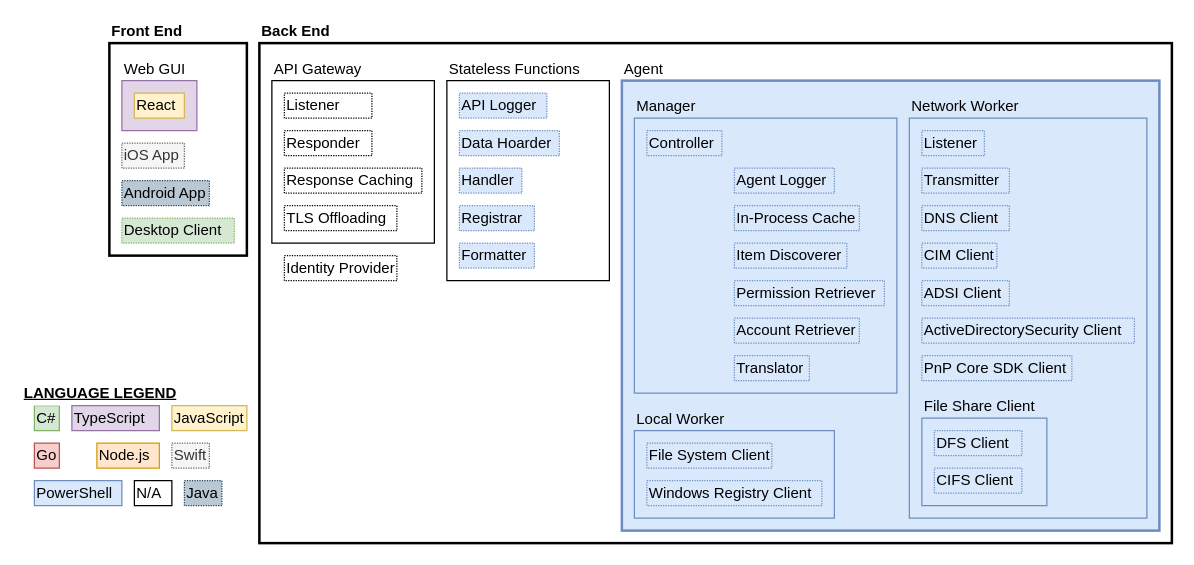
Above: src/img/FunctionalBlockDiagram_v2.drawio in IMJLA/Export-Permission (draw.io), before the change. Source tidied: cells renumbered, new cells numbered last; positions are measured from the earlier drawing's top-left corner, leaving out a move shared by most shapes. Both pictures are drawn from the tidied source at 125%, with x=0, y=0 at pixel (21, 42).
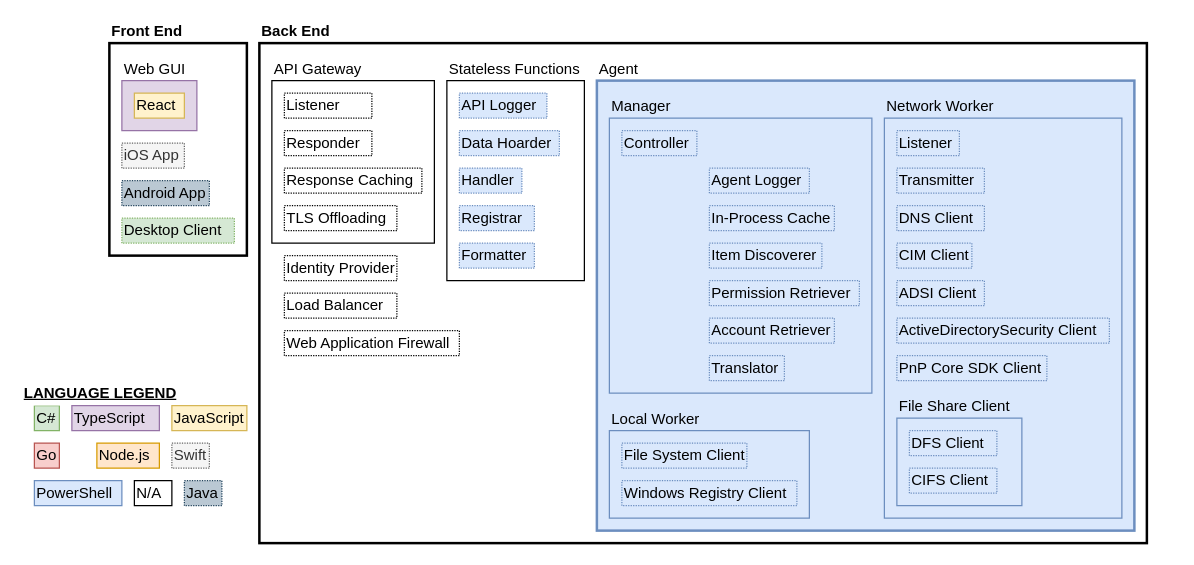
The same page after the edit.

The edit, as a diff of the source:
```diff
@@
     <mxCell id="3" value="Back End" style="rounded=0;whiteSpace=wrap;html=1;align=left;labelPosition=center;verticalLabelPosition=top;verticalAlign=bottom;strokeWidth=2;fontStyle=1;" parent="1" vertex="1">
-      <mxGeometry x="190" width="730" height="400" as="geometry" />
+      <mxGeometry x="190" width="710" height="400" as="geometry" />
     </mxCell>
@@
     <mxCell id="25" value="Stateless Functions" style="rounded=0;whiteSpace=wrap;html=1;align=left;labelPosition=center;verticalLabelPosition=top;verticalAlign=bottom;" parent="1" vertex="1">
-      <mxGeometry x="340" y="30" width="130" height="160" as="geometry" />
+      <mxGeometry x="340" y="30" width="110" height="160" as="geometry" />
     </mxCell>
@@
     <mxCell id="31" value="Agent" style="rounded=0;whiteSpace=wrap;html=1;align=left;labelPosition=center;verticalLabelPosition=top;verticalAlign=bottom;strokeWidth=2;fontStyle=0;fillColor=#dae8fc;strokeColor=#6c8ebf;" parent="1" vertex="1">
-      <mxGeometry x="480" y="30" width="430" height="360" as="geometry" />
+      <mxGeometry x="460" y="30" width="430" height="360" as="geometry" />
     </mxCell>
     <mxCell id="32" value="Manager" style="rounded=0;whiteSpace=wrap;html=1;align=left;labelPosition=center;verticalLabelPosition=top;verticalAlign=bottom;strokeWidth=1;fillColor=#dae8fc;strokeColor=#6c8ebf;" parent="1" vertex="1">
-      <mxGeometry x="490" y="60" width="210" height="220" as="geometry" />
+      <mxGeometry x="470" y="60" width="210" height="220" as="geometry" />
     </mxCell>
     <mxCell id="33" value="Network Worker" style="rounded=0;whiteSpace=wrap;html=1;align=left;labelPosition=center;verticalLabelPosition=top;verticalAlign=bottom;fillColor=#dae8fc;strokeColor=#6c8ebf;" parent="1" vertex="1">
-      <mxGeometry x="710" y="60" width="190" height="320" as="geometry" />
+      <mxGeometry x="690" y="60" width="190" height="320" as="geometry" />
     </mxCell>
     <mxCell id="34" value="PnP Core SDK&amp;nbsp;&lt;span style=&quot;background-color: transparent; color: light-dark(rgb(0, 0, 0), rgb(255, 255, 255));&quot;&gt;Client&lt;/span&gt;" style="rounded=0;whiteSpace=wrap;html=1;align=left;dashed=1;dashPattern=1 1;fillColor=#dae8fc;strokeColor=#6c8ebf;" parent="1" vertex="1">
-      <mxGeometry x="720" y="250" width="120" height="20" as="geometry" />
+      <mxGeometry x="700" y="250" width="120" height="20" as="geometry" />
     </mxCell>
     <mxCell id="35" value="CIM&amp;nbsp;&lt;span style=&quot;background-color: transparent; color: light-dark(rgb(0, 0, 0), rgb(255, 255, 255));&quot;&gt;Client&lt;/span&gt;" style="rounded=0;whiteSpace=wrap;html=1;align=left;dashed=1;dashPattern=1 1;fillColor=#dae8fc;strokeColor=#6c8ebf;" parent="1" vertex="1">
-      <mxGeometry x="720" y="160" width="60" height="20" as="geometry" />
+      <mxGeometry x="700" y="160" width="60" height="20" as="geometry" />
     </mxCell>
     <mxCell id="36" value="ADSI&amp;nbsp;&lt;span style=&quot;background-color: transparent; color: light-dark(rgb(0, 0, 0), rgb(255, 255, 255));&quot;&gt;Client&lt;/span&gt;" style="rounded=0;whiteSpace=wrap;html=1;align=left;dashed=1;dashPattern=1 1;fillColor=#dae8fc;strokeColor=#6c8ebf;" parent="1" vertex="1">
-      <mxGeometry x="720" y="190" width="70" height="20" as="geometry" />
+      <mxGeometry x="700" y="190" width="70" height="20" as="geometry" />
     </mxCell>
     <mxCell id="37" value="ActiveDirectorySecurity Client" style="rounded=0;whiteSpace=wrap;html=1;align=left;fontStyle=0;dashed=1;dashPattern=1 1;fillColor=#dae8fc;strokeColor=#6c8ebf;" parent="1" vertex="1">
-      <mxGeometry x="720" y="220" width="170" height="20" as="geometry" />
+      <mxGeometry x="700" y="220" width="170" height="20" as="geometry" />
     </mxCell>
     <mxCell id="38" value="Agent Logger" style="rounded=0;whiteSpace=wrap;html=1;align=left;dashed=1;dashPattern=1 1;fillColor=#dae8fc;strokeColor=#6c8ebf;" parent="1" vertex="1">
-      <mxGeometry x="570" y="100" width="80" height="20" as="geometry" />
+      <mxGeometry x="550" y="100" width="80" height="20" as="geometry" />
     </mxCell>
     <mxCell id="39" value="DNS Client" style="rounded=0;whiteSpace=wrap;html=1;align=left;dashed=1;dashPattern=1 1;fillColor=#dae8fc;strokeColor=#6c8ebf;" parent="1" vertex="1">
-      <mxGeometry x="720" y="130" width="70" height="20" as="geometry" />
+      <mxGeometry x="700" y="130" width="70" height="20" as="geometry" />
     </mxCell>
     <mxCell id="40" value="Permission Retriever" style="rounded=0;whiteSpace=wrap;html=1;align=left;dashed=1;dashPattern=1 1;fillColor=#dae8fc;strokeColor=#6c8ebf;" parent="1" vertex="1">
-      <mxGeometry x="570" y="190" width="120" height="20" as="geometry" />
+      <mxGeometry x="550" y="190" width="120" height="20" as="geometry" />
     </mxCell>
     <mxCell id="41" value="Account Retriever" style="rounded=0;whiteSpace=wrap;html=1;align=left;dashed=1;dashPattern=1 1;fillColor=#dae8fc;strokeColor=#6c8ebf;" parent="1" vertex="1">
-      <mxGeometry x="570" y="220" width="100" height="20" as="geometry" />
+      <mxGeometry x="550" y="220" width="100" height="20" as="geometry" />
     </mxCell>
     <mxCell id="42" value="Item Discoverer" style="rounded=0;whiteSpace=wrap;html=1;align=left;dashed=1;dashPattern=1 1;fillColor=#dae8fc;strokeColor=#6c8ebf;" parent="1" vertex="1">
-      <mxGeometry x="570" y="160" width="90" height="20" as="geometry" />
+      <mxGeometry x="550" y="160" width="90" height="20" as="geometry" />
     </mxCell>
     <mxCell id="43" value="Local Worker" style="rounded=0;whiteSpace=wrap;html=1;align=left;labelPosition=center;verticalLabelPosition=top;verticalAlign=bottom;fillColor=#dae8fc;strokeColor=#6c8ebf;" parent="1" vertex="1">
-      <mxGeometry x="490" y="310" width="160" height="70" as="geometry" />
+      <mxGeometry x="470" y="310" width="160" height="70" as="geometry" />
     </mxCell>
     <mxCell id="44" value="File System Client" style="rounded=0;whiteSpace=wrap;html=1;align=left;dashed=1;dashPattern=1 1;fillColor=#dae8fc;strokeColor=#6c8ebf;" parent="1" vertex="1">
-      <mxGeometry x="500" y="320" width="100" height="20" as="geometry" />
+      <mxGeometry x="480" y="320" width="100" height="20" as="geometry" />
     </mxCell>
     <mxCell id="45" value="Windows Registry Client" style="rounded=0;whiteSpace=wrap;html=1;align=left;fontStyle=0;dashed=1;dashPattern=1 1;fillColor=#dae8fc;strokeColor=#6c8ebf;" parent="1" vertex="1">
-      <mxGeometry x="500" y="350" width="140" height="20" as="geometry" />
+      <mxGeometry x="480" y="350" width="140" height="20" as="geometry" />
     </mxCell>
     <mxCell id="46" value="In-Process Cache" style="rounded=0;whiteSpace=wrap;html=1;align=left;dashed=1;dashPattern=1 1;fillColor=#dae8fc;strokeColor=#6c8ebf;" parent="1" vertex="1">
-      <mxGeometry x="570" y="130" width="100" height="20" as="geometry" />
+      <mxGeometry x="550" y="130" width="100" height="20" as="geometry" />
     </mxCell>
     <mxCell id="47" value="Translator" style="rounded=0;whiteSpace=wrap;html=1;align=left;dashed=1;dashPattern=1 1;fillColor=#dae8fc;strokeColor=#6c8ebf;" parent="1" vertex="1">
-      <mxGeometry x="570" y="250" width="60" height="20" as="geometry" />
+      <mxGeometry x="550" y="250" width="60" height="20" as="geometry" />
     </mxCell>
     <mxCell id="48" value="Controller" style="rounded=0;whiteSpace=wrap;html=1;align=left;dashed=1;dashPattern=1 1;fillColor=#dae8fc;strokeColor=#6c8ebf;" parent="1" vertex="1">
-      <mxGeometry x="500" y="70" width="60" height="20" as="geometry" />
+      <mxGeometry x="480" y="70" width="60" height="20" as="geometry" />
     </mxCell>
     <mxCell id="49" value="Listener" style="rounded=0;whiteSpace=wrap;html=1;align=left;dashed=1;dashPattern=1 1;fillColor=#dae8fc;strokeColor=#6c8ebf;" parent="1" vertex="1">
-      <mxGeometry x="720" y="70" width="50" height="20" as="geometry" />
+      <mxGeometry x="700" y="70" width="50" height="20" as="geometry" />
     </mxCell>
     <mxCell id="50" value="Transmitter" style="rounded=0;whiteSpace=wrap;html=1;align=left;dashed=1;dashPattern=1 1;fillColor=#dae8fc;strokeColor=#6c8ebf;" parent="1" vertex="1">
-      <mxGeometry x="720" y="100" width="70" height="20" as="geometry" />
+      <mxGeometry x="700" y="100" width="70" height="20" as="geometry" />
     </mxCell>
     <mxCell id="51" value="File Share Client" style="rounded=0;whiteSpace=wrap;html=1;align=left;labelPosition=center;verticalLabelPosition=top;verticalAlign=bottom;fillColor=#dae8fc;strokeColor=#6c8ebf;" parent="1" vertex="1">
-      <mxGeometry x="720" y="300" width="100" height="70" as="geometry" />
+      <mxGeometry x="700" y="300" width="100" height="70" as="geometry" />
     </mxCell>
     <mxCell id="52" value="CIFS Client" style="rounded=0;whiteSpace=wrap;html=1;align=left;dashed=1;dashPattern=1 1;fillColor=#dae8fc;strokeColor=#6c8ebf;" parent="1" vertex="1">
-      <mxGeometry x="730" y="340" width="70" height="20" as="geometry" />
+      <mxGeometry x="710" y="340" width="70" height="20" as="geometry" />
     </mxCell>
     <mxCell id="53" value="DFS Client" style="rounded=0;whiteSpace=wrap;html=1;align=left;dashed=1;dashPattern=1 1;fillColor=#dae8fc;strokeColor=#6c8ebf;" parent="1" vertex="1">
-      <mxGeometry x="730" y="310" width="70" height="20" as="geometry" />
+      <mxGeometry x="710" y="310" width="70" height="20" as="geometry" />
     </mxCell>
+    <mxCell id="54" value="Load Balancer" style="rounded=0;whiteSpace=wrap;html=1;align=left;dashed=1;dashPattern=1 1;" parent="1" vertex="1">
+      <mxGeometry x="210" y="200" width="90" height="20" as="geometry" />
+    </mxCell>
+    <mxCell id="55" value="Web Application Firewall" style="rounded=0;whiteSpace=wrap;html=1;align=left;dashed=1;dashPattern=1 1;" parent="1" vertex="1">
+      <mxGeometry x="210" y="230" width="140" height="20" as="geometry" />
+    </mxCell>
```
